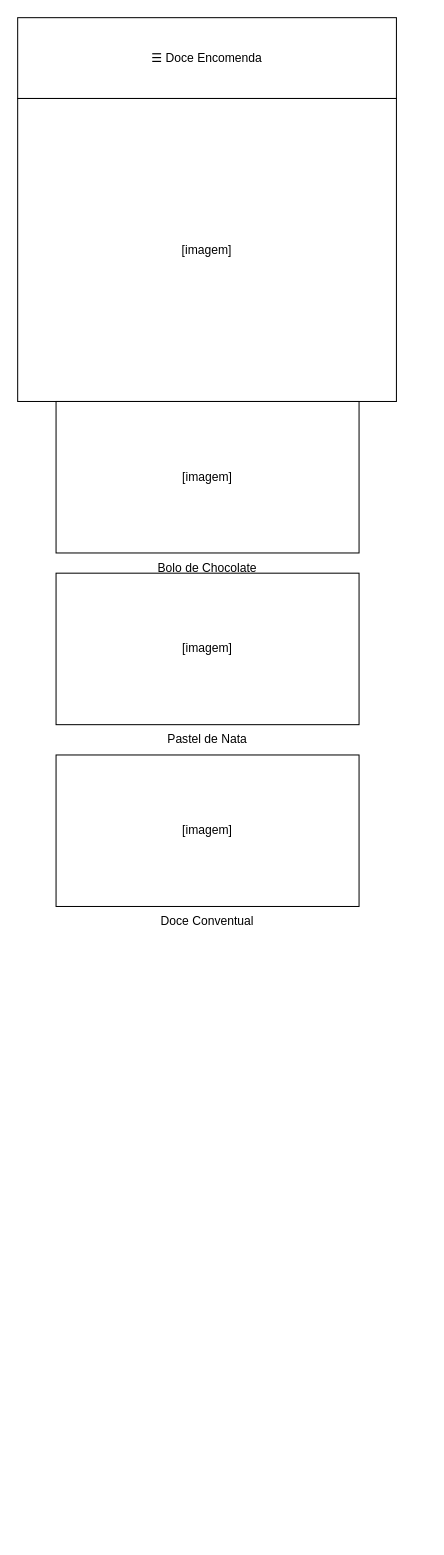
The draw.io diagram page "Page-1" (1 of 4) of esquemas-doce-encomenda.drawio in SimonCast1/doce-encomenda, before the edit. Source tidied: cells renumbered, new cells numbered last; positions are measured from the earlier drawing's top-left corner, leaving out a move shared by most shapes. Both pictures are drawn from the tidied source at 101%, with x=0, y=0 at pixel (17, 17).
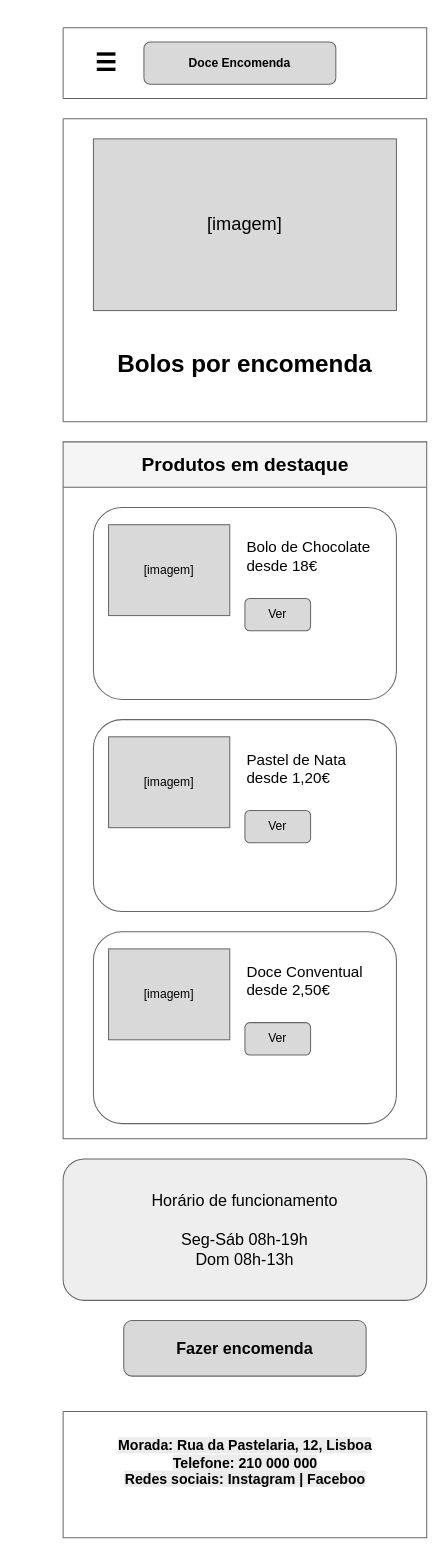
The same diagram, later.

The edit, as a diff of the source:
```diff
@@
-    <mxCell id="2" value="☰  Doce Encomenda" style="rounded=0;whiteSpace=wrap;html=1;" parent="1" vertex="1">
-      <mxGeometry width="375" height="80" as="geometry" />
-    </mxCell>
-    <mxCell id="3" value="[imagem]" style="rounded=0;whiteSpace=wrap;html=1;" parent="1" vertex="1">
-      <mxGeometry y="80" width="375" height="300" as="geometry" />
-    </mxCell>
-    <mxCell id="4" value="[imagem]" style="rounded=0;whiteSpace=wrap;html=1;" parent="1" vertex="1">
-      <mxGeometry x="38" y="380" width="300" height="150" as="geometry" />
-    </mxCell>
-    <mxCell id="5" value="Bolo de Chocolate" style="text;html=1;whiteSpace=wrap;strokeColor=none;fillColor=none;align=center;verticalAlign=middle;rounded=0;" parent="1" vertex="1">
-      <mxGeometry x="132" y="530" width="112" height="30" as="geometry" />
-    </mxCell>
-    <mxCell id="6" value="[imagem]" style="rounded=0;whiteSpace=wrap;html=1;" parent="1" vertex="1">
-      <mxGeometry x="38" y="550" width="300" height="150" as="geometry" />
-    </mxCell>
-    <mxCell id="7" value="Pastel de Nata" style="text;html=1;whiteSpace=wrap;strokeColor=none;fillColor=none;align=center;verticalAlign=middle;rounded=0;" parent="1" vertex="1">
-      <mxGeometry x="132" y="700" width="112" height="30" as="geometry" />
-    </mxCell>
-    <mxCell id="8" value="[imagem]" style="rounded=0;whiteSpace=wrap;html=1;" parent="1" vertex="1">
-      <mxGeometry x="38" y="730" width="300" height="150" as="geometry" />
-    </mxCell>
-    <mxCell id="9" value="Doce Conventual" style="text;html=1;whiteSpace=wrap;strokeColor=none;fillColor=none;align=center;verticalAlign=middle;rounded=0;" parent="1" vertex="1">
-      <mxGeometry x="132" y="880" width="112" height="30" as="geometry" />
-    </mxCell>
+    <mxCell id="10" style="swimlane;horizontal=0;startSize=0;fillColor=#eeeeee;strokeColor=#666666;html=1;swimlaneLine=1;" parent="1" vertex="1">
+      <mxGeometry x="45" y="10" width="360" height="70" as="geometry" />
+    </mxCell>
+    <mxCell id="11" value="Doce Encomenda" style="rounded=1;whiteSpace=wrap;html=1;fillColor=#d9d9d9;strokeColor=#666666;fontStyle=1;" parent="10" vertex="1">
+      <mxGeometry x="80" y="14" width="190" height="42" as="geometry" />
+    </mxCell>
+    <mxCell id="12" value="☰" style="text;whiteSpace=wrap;html=1;align=center;verticalAlign=middle;fontSize=24;fontStyle=1;" parent="10" vertex="1">
+      <mxGeometry x="20" y="14" width="45" height="42" as="geometry" />
+    </mxCell>
+    <mxCell id="13" style="swimlane;horizontal=0;startSize=0;fillColor=#eeeeee;strokeColor=#666666;html=1;" parent="1" vertex="1">
+      <mxGeometry x="45" y="100" width="360" height="300" as="geometry" />
+    </mxCell>
+    <mxCell id="14" value="[imagem]" style="rounded=0;whiteSpace=wrap;html=1;fillColor=#d9d9d9;strokeColor=#666666;fontSize=18;" parent="13" vertex="1">
+      <mxGeometry x="30" y="20" width="300" height="170" as="geometry" />
+    </mxCell>
+    <mxCell id="15" value="Bolos por encomenda" style="text;whiteSpace=wrap;html=1;align=center;verticalAlign=middle;fontSize=24;fontStyle=1;" parent="13" vertex="1">
+      <mxGeometry x="30" y="215" width="300" height="55" as="geometry" />
+    </mxCell>
+    <mxCell id="16" value="Produtos em destaque" style="swimlane;horizontal=1&#10;;startSize=45;fillColor=#f5f5f5;strokeColor=#666666;html=1;fontStyle=1;fontSize=19;" parent="1" vertex="1">
+      <mxGeometry x="45" y="420" width="360" height="690" as="geometry" />
+    </mxCell>
+    <mxCell id="17" style="rounded=1;whiteSpace=wrap;html=1;fillColor=#ffffff;strokeColor=#666666;" parent="16" vertex="1">
+      <mxGeometry x="30" y="65" width="300" height="190" as="geometry" />
+    </mxCell>
+    <mxCell id="18" value="[imagem]" style="rounded=0;whiteSpace=wrap;html=1;fillColor=#d9d9d9;strokeColor=#666666;align=center;" parent="16" vertex="1">
+      <mxGeometry x="45" y="82" width="120" height="90" as="geometry" />
+    </mxCell>
+    <mxCell id="19" value="Bolo de Chocolate&#10;desde 18€" style="text;whiteSpace=wrap;html=1;align=left;verticalAlign=middle;fontSize=15;" parent="16" vertex="1">
+      <mxGeometry x="180" y="80" width="135" height="65" as="geometry" />
+    </mxCell>
+    <mxCell id="20" value="Ver" style="rounded=1;whiteSpace=wrap;html=1;fillColor=#d9d9d9;strokeColor=#666666;" parent="16" vertex="1">
+      <mxGeometry x="180" y="155" width="65" height="32" as="geometry" />
+    </mxCell>
+    <mxCell id="21" style="rounded=1;whiteSpace=wrap;html=1;fillColor=#ffffff;strokeColor=#666666;" parent="16" vertex="1">
+      <mxGeometry x="30" y="275" width="300" height="190" as="geometry" />
+    </mxCell>
+    <mxCell id="22" value="[imagem]" style="rounded=0;whiteSpace=wrap;html=1;fillColor=#d9d9d9;strokeColor=#666666;align=center;" parent="16" vertex="1">
+      <mxGeometry x="45" y="292" width="120" height="90" as="geometry" />
+    </mxCell>
+    <mxCell id="23" value="Pastel de Nata&lt;br&gt;desde 1,20€" style="text;whiteSpace=wrap;html=1;align=left;verticalAlign=middle;fontSize=15;" parent="16" vertex="1">
+      <mxGeometry x="180" y="290" width="135" height="65" as="geometry" />
+    </mxCell>
+    <mxCell id="24" value="Ver" style="rounded=1;whiteSpace=wrap;html=1;fillColor=#d9d9d9;strokeColor=#666666;" parent="16" vertex="1">
+      <mxGeometry x="180" y="365" width="65" height="32" as="geometry" />
+    </mxCell>
+    <mxCell id="25" style="rounded=1;whiteSpace=wrap;html=1;fillColor=#ffffff;strokeColor=#666666;" parent="16" vertex="1">
+      <mxGeometry x="30" y="485" width="300" height="190" as="geometry" />
+    </mxCell>
+    <mxCell id="26" value="[imagem]" style="rounded=0;whiteSpace=wrap;html=1;fillColor=#d9d9d9;strokeColor=#666666;align=center;" parent="16" vertex="1">
+      <mxGeometry x="45" y="502" width="120" height="90" as="geometry" />
+    </mxCell>
+    <mxCell id="27" value="Doce Conventual&lt;br&gt;desde 2,50€" style="text;whiteSpace=wrap;html=1;align=left;verticalAlign=middle;fontSize=15;" parent="16" vertex="1">
+      <mxGeometry x="180" y="500" width="135" height="65" as="geometry" />
+    </mxCell>
+    <mxCell id="28" value="Ver" style="rounded=1;whiteSpace=wrap;html=1;fillColor=#d9d9d9;strokeColor=#666666;" parent="16" vertex="1">
+      <mxGeometry x="180" y="575" width="65" height="32" as="geometry" />
+    </mxCell>
+    <mxCell id="29" value="Horário de funcionamento&#10;&#10;Seg-Sáb 08h-19h&#10;Dom 08h-13h" style="rounded=1;whiteSpace=wrap;html=1;fillColor=#eeeeee;strokeColor=#666666;html=1;fontSize=16;align=center;verticalAlign=middle;" parent="1" vertex="1">
+      <mxGeometry x="45" y="1130" width="360" height="140" as="geometry" />
+    </mxCell>
+    <mxCell id="30" value="Fazer encomenda" style="rounded=1;whiteSpace=wrap;html=1;fillColor=#d9d9d9;strokeColor=#666666;fontSize=16;fontStyle=1;align=center;verticalAlign=middle;" parent="1" vertex="1">
+      <mxGeometry x="105" y="1290" width="240" height="55" as="geometry" />
+    </mxCell>
+    <mxCell id="31" value="&lt;br&gt;&lt;span style=&quot;color: rgb(0, 0, 0); font-family: Helvetica; font-size: 14px; font-style: normal; font-variant-ligatures: normal; font-variant-caps: normal; font-weight: 700; letter-spacing: normal; orphans: 2; text-align: center; text-indent: 0px; text-transform: none; widows: 2; word-spacing: 0px; -webkit-text-stroke-width: 0px; white-space: nowrap; background-color: rgb(236, 236, 236); text-decoration-thickness: initial; text-decoration-style: initial; text-decoration-color: initial; float: none; display: inline !important;&quot;&gt;&lt;br&gt;&lt;/span&gt;&lt;div&gt;&lt;span style=&quot;color: rgb(0, 0, 0); font-family: Helvetica; font-size: 14px; font-style: normal; font-variant-ligatures: normal; font-variant-caps: normal; font-weight: 700; letter-spacing: normal; orphans: 2; text-align: center; text-indent: 0px; text-transform: none; widows: 2; word-spacing: 0px; -webkit-text-stroke-width: 0px; white-space: nowrap; background-color: rgb(236, 236, 236); text-decoration-thickness: initial; text-decoration-style: initial; text-decoration-color: initial; float: none; display: inline !important;&quot;&gt;&lt;br&gt;&lt;/span&gt;&lt;/div&gt;&lt;div&gt;&lt;span style=&quot;color: rgb(0, 0, 0); font-family: Helvetica; font-size: 14px; font-style: normal; font-variant-ligatures: normal; font-variant-caps: normal; font-weight: 700; letter-spacing: normal; orphans: 2; text-align: center; text-indent: 0px; text-transform: none; widows: 2; word-spacing: 0px; -webkit-text-stroke-width: 0px; white-space: nowrap; background-color: rgb(236, 236, 236); text-decoration-thickness: initial; text-decoration-style: initial; text-decoration-color: initial; float: none; display: inline !important;&quot;&gt;&lt;br&gt;&lt;/span&gt;&lt;/div&gt;&lt;div&gt;&lt;span style=&quot;color: rgb(0, 0, 0); font-family: Helvetica; font-size: 14px; font-style: normal; font-variant-ligatures: normal; font-variant-caps: normal; font-weight: 700; letter-spacing: normal; orphans: 2; text-align: center; text-indent: 0px; text-transform: none; widows: 2; word-spacing: 0px; -webkit-text-stroke-width: 0px; white-space: nowrap; background-color: rgb(236, 236, 236); text-decoration-thickness: initial; text-decoration-style: initial; text-decoration-color: initial; float: none; display: inline !important;&quot;&gt;&lt;br&gt;&lt;/span&gt;&lt;/div&gt;&lt;div&gt;&lt;span style=&quot;color: rgb(0, 0, 0); font-family: Helvetica; font-size: 14px; font-style: normal; font-variant-ligatures: normal; font-variant-caps: normal; font-weight: 700; letter-spacing: normal; orphans: 2; text-align: center; text-indent: 0px; text-transform: none; widows: 2; word-spacing: 0px; -webkit-text-stroke-width: 0px; white-space: nowrap; background-color: rgb(236, 236, 236); text-decoration-thickness: initial; text-decoration-style: initial; text-decoration-color: initial; float: none; display: inline !important;&quot;&gt;&lt;br&gt;&lt;/span&gt;&lt;/div&gt;&lt;div&gt;&lt;span style=&quot;color: rgb(0, 0, 0); font-family: Helvetica; font-size: 14px; font-style: normal; font-variant-ligatures: normal; font-variant-caps: normal; font-weight: 700; letter-spacing: normal; orphans: 2; text-align: center; text-indent: 0px; text-transform: none; widows: 2; word-spacing: 0px; -webkit-text-stroke-width: 0px; white-space: nowrap; background-color: rgb(236, 236, 236); text-decoration-thickness: initial; text-decoration-style: initial; text-decoration-color: initial; float: none; display: inline !important;&quot;&gt;&lt;br&gt;&lt;/span&gt;&lt;/div&gt;&lt;div&gt;&lt;span style=&quot;color: rgb(0, 0, 0); font-family: Helvetica; font-size: 14px; font-style: normal; font-variant-ligatures: normal; font-variant-caps: normal; font-weight: 700; letter-spacing: normal; orphans: 2; text-align: center; text-indent: 0px; text-transform: none; widows: 2; word-spacing: 0px; -webkit-text-stroke-width: 0px; white-space: nowrap; background-color: rgb(236, 236, 236); text-decoration-thickness: initial; text-decoration-style: initial; text-decoration-color: initial; float: none; display: inline !important;&quot;&gt;Morada: Rua da Pastelaria, 12, Lisboa&lt;/span&gt;&lt;br style=&quot;forced-color-adjust: none; color: rgb(0, 0, 0); font-family: Helvetica; font-size: 14px; font-style: normal; font-variant-ligatures: normal; font-variant-caps: normal; font-weight: 700; letter-spacing: normal; orphans: 2; text-align: center; text-indent: 0px; text-transform: none; widows: 2; word-spacing: 0px; -webkit-text-stroke-width: 0px; white-space: nowrap; background-color: rgb(236, 236, 236); text-decoration-thickness: initial; text-decoration-style: initial; text-decoration-color: initial;&quot;&gt;&lt;span style=&quot;color: rgb(0, 0, 0); font-family: Helvetica; font-size: 14px; font-style: normal; font-variant-ligatures: normal; font-variant-caps: normal; font-weight: 700; letter-spacing: normal; orphans: 2; text-align: center; text-indent: 0px; text-transform: none; widows: 2; word-spacing: 0px; -webkit-text-stroke-width: 0px; white-space: nowrap; background-color: rgb(236, 236, 236); text-decoration-thickness: initial; text-decoration-style: initial; text-decoration-color: initial; float: none; display: inline !important;&quot;&gt;Telefone: 210 000 000&lt;/span&gt;&lt;br style=&quot;forced-color-adjust: none; color: rgb(0, 0, 0); font-family: Helvetica; font-size: 14px; font-style: normal; font-variant-ligatures: normal; font-variant-caps: normal; font-weight: 700; letter-spacing: normal; orphans: 2; text-align: center; text-indent: 0px; text-transform: none; widows: 2; word-spacing: 0px; -webkit-text-stroke-width: 0px; white-space: nowrap; background-color: rgb(236, 236, 236); text-decoration-thickness: initial; text-decoration-style: initial; text-decoration-color: initial;&quot;&gt;&lt;span style=&quot;color: rgb(0, 0, 0); font-family: Helvetica; font-size: 14px; font-style: normal; font-variant-ligatures: normal; font-variant-caps: normal; font-weight: 700; letter-spacing: normal; orphans: 2; text-align: center; text-indent: 0px; text-transform: none; widows: 2; word-spacing: 0px; -webkit-text-stroke-width: 0px; white-space: nowrap; background-color: rgb(236, 236, 236); text-decoration-thickness: initial; text-decoration-style: initial; text-decoration-color: initial; float: none; display: inline !important;&quot;&gt;Redes sociais: Instagram | Faceboo&lt;/span&gt;&lt;br&gt;&lt;br&gt;&lt;/div&gt;" style="swimlane;horizontal=1&#10;;startSize=0;fillColor=#d9d9d9;strokeColor=#666666;html=1;fontSize=14;align=center;verticalAlign=middle;" parent="1" vertex="1">
+      <mxGeometry x="45" y="1380" width="360" height="125" as="geometry" />
+    </mxCell>
```
